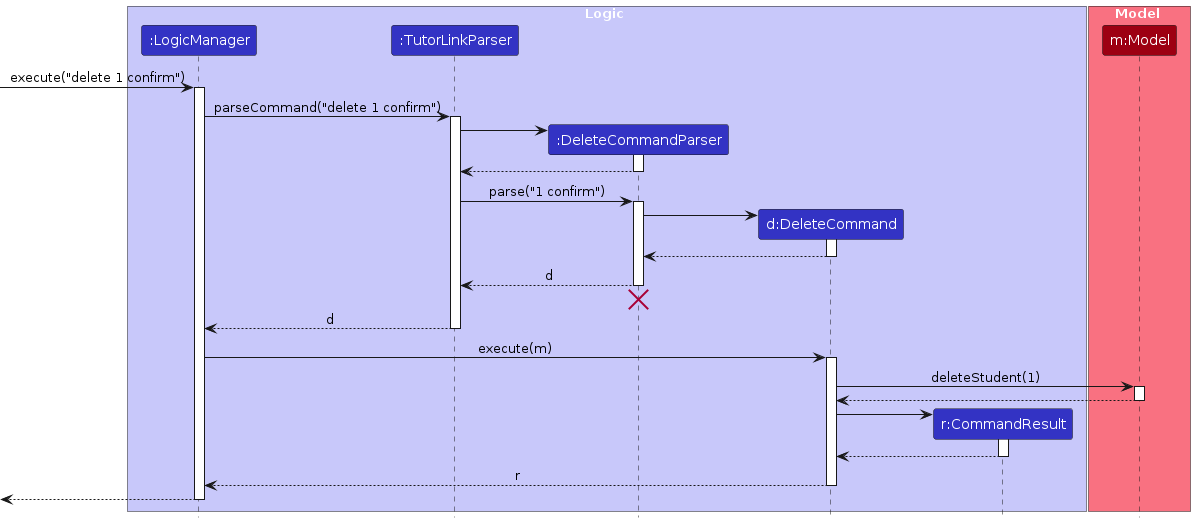
The PlantUML diagram diagrams/DeleteSequenceDiagram.png in AY2627S1-CS2103T-T13-4/tp, before a commit. Its source is kept beside it as diagrams/DeleteSequenceDiagram.puml.
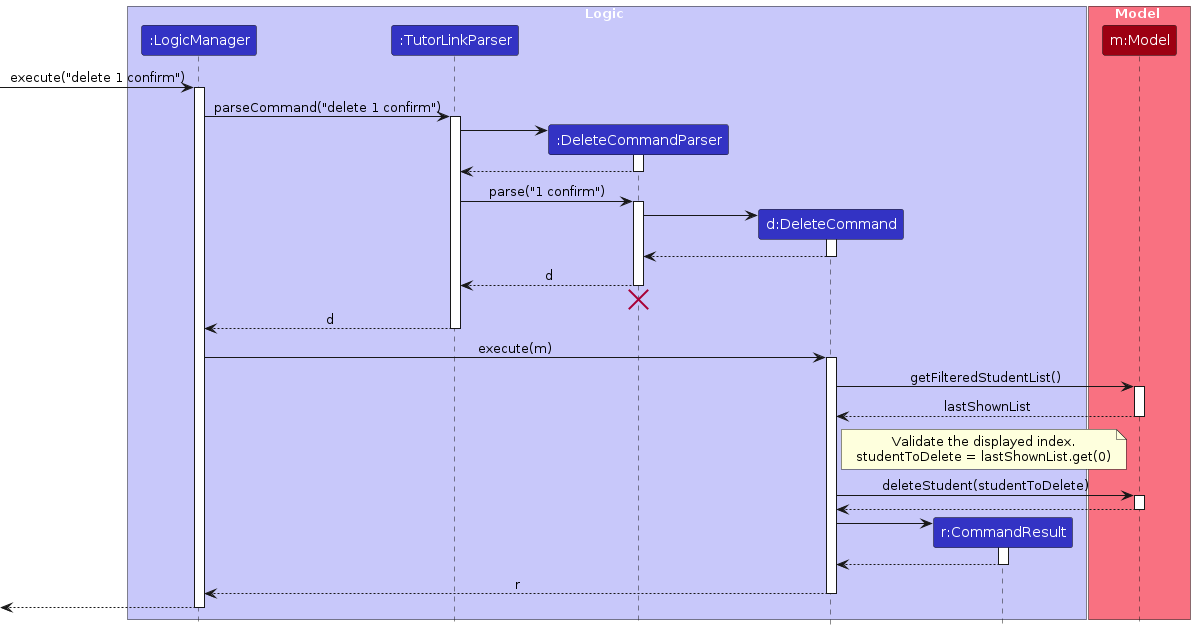
After the change.

Change to the diagram source:
```diff
@@ -48,7 +48,17 @@
 LogicManager -> DeleteCommand : execute(m)
 activate DeleteCommand
 
-DeleteCommand -> Model : deleteStudent(1)
+DeleteCommand -> Model : getFilteredStudentList()
+activate Model
+Model --> DeleteCommand : lastShownList
+deactivate Model
+
+note right of DeleteCommand
+  Validate the displayed index.
+  studentToDelete = lastShownList.get(0)
+end note
+
+DeleteCommand -> Model : deleteStudent(studentToDelete)
 activate Model
 
 Model --> DeleteCommand
```
